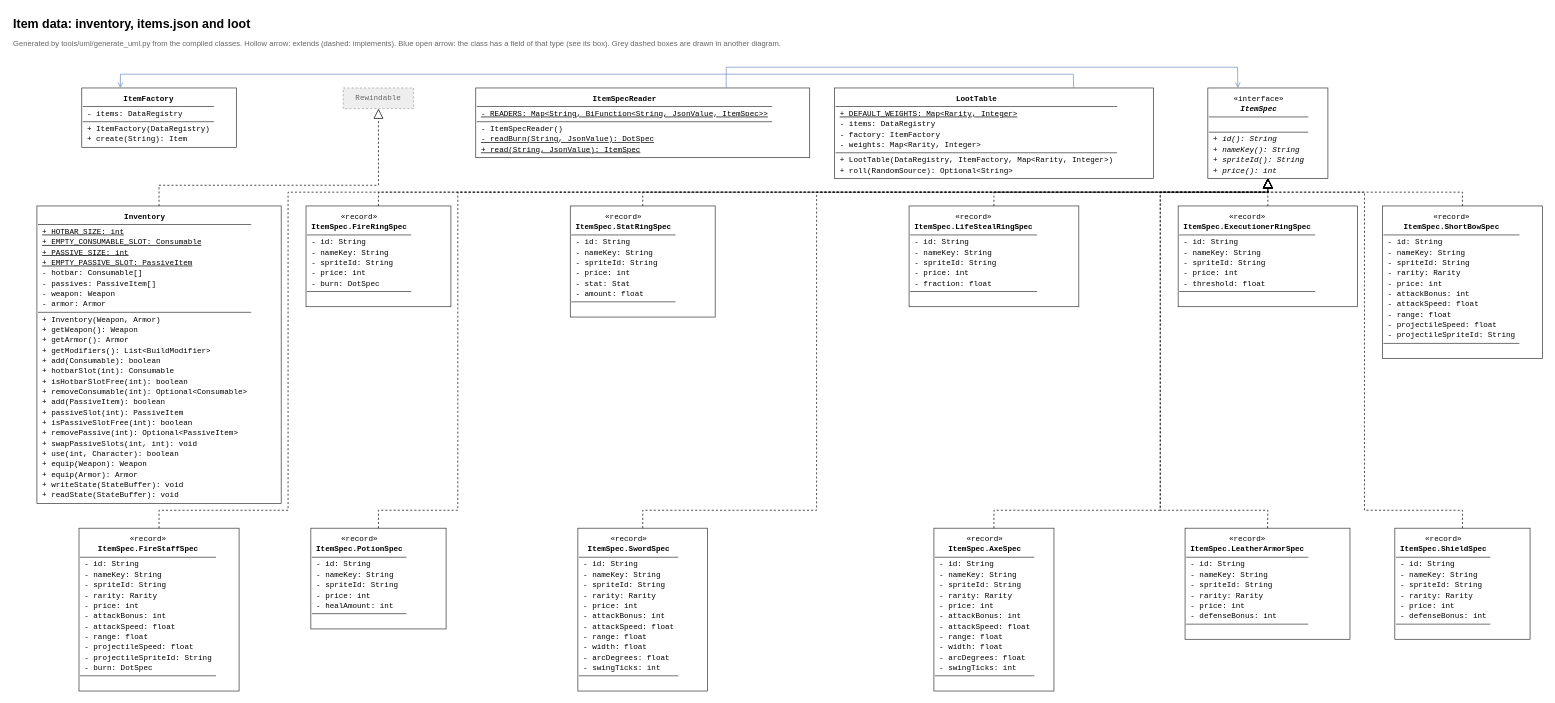
Honyoru/Depth-Diablo keeps this draw.io diagram as docs/uml/07-item-data.drawio. Above is the earlier version. Source tidied: cells renumbered, new cells numbered last; positions are measured from the earlier drawing's top-left corner, leaving out a move shared by most shapes. Both pictures are drawn from the tidied source at 69%, with x=0, y=0 at pixel (12, 12).
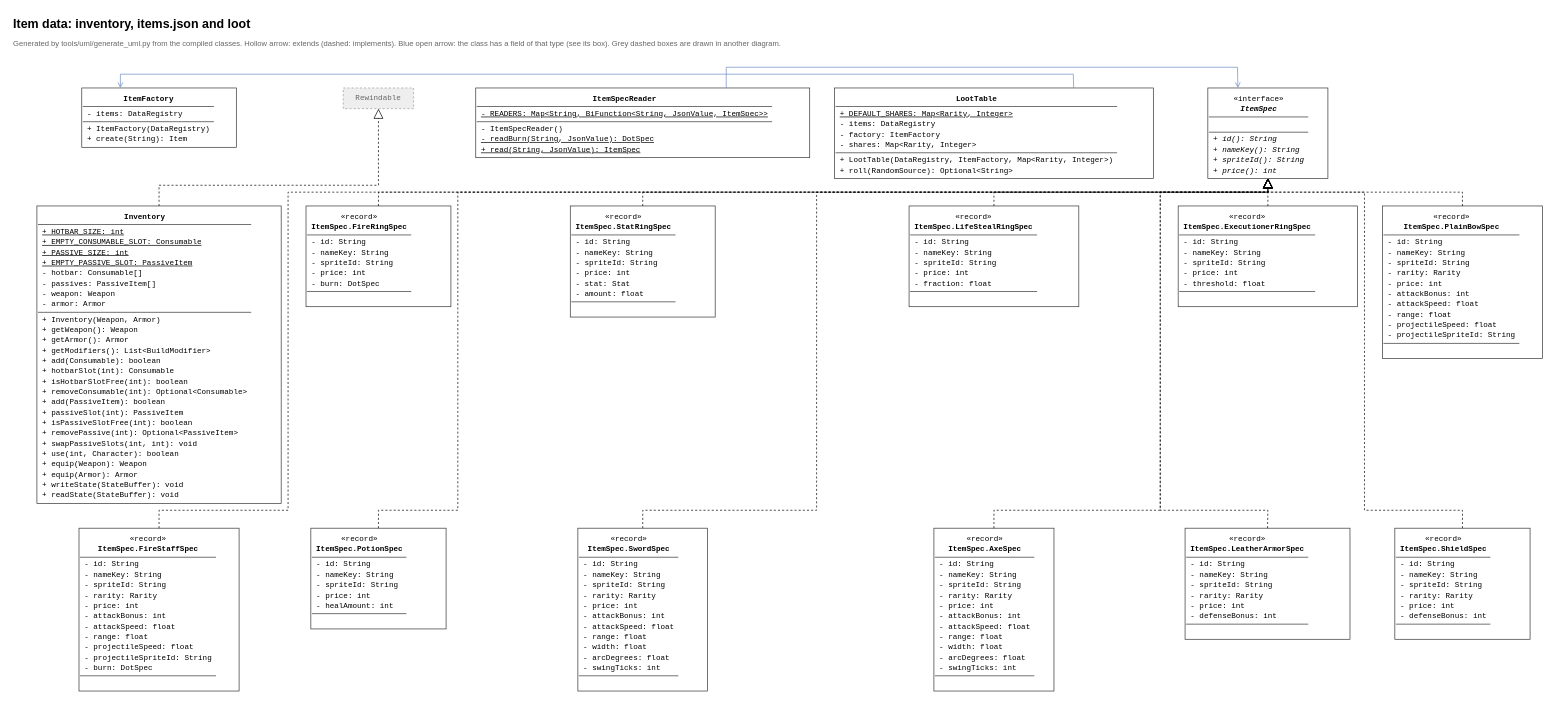
After the change.

Change to the diagram source:
```diff
@@
-    <mxCell id="7" value="&lt;div style='line-height:15px'&gt;&lt;div style='text-align:center'&gt;&lt;b&gt;LootTable&lt;/b&gt;&lt;/div&gt;&lt;div style='border-top:1px solid #333333;margin:3px -6px'&gt;&lt;/div&gt;&lt;u&gt;+ DEFAULT_WEIGHTS: Map&amp;lt;Rarity, Integer&amp;gt;&lt;/u&gt;&lt;br&gt;- items: DataRegistry&lt;br&gt;- factory: ItemFactory&lt;br&gt;- weights: Map&amp;lt;Rarity, Integer&amp;gt;&lt;div style='border-top:1px solid #333333;margin:3px -6px'&gt;&lt;/div&gt;+ LootTable(DataRegistry, ItemFactory, Map&amp;lt;Rarity, Integer&amp;gt;)&lt;br&gt;+ roll(RandomSource): Optional&amp;lt;String&amp;gt;&lt;/div&gt;" style="rounded=0;whiteSpace=wrap;html=1;align=left;verticalAlign=top;spacingLeft=6;spacingTop=2;fontFamily=Courier New;fontSize=11;fillColor=#ffffff;strokeColor=#333333;" parent="1" vertex="1">
+    <mxCell id="7" value="&lt;div style='line-height:15px'&gt;&lt;div style='text-align:center'&gt;&lt;b&gt;LootTable&lt;/b&gt;&lt;/div&gt;&lt;div style='border-top:1px solid #333333;margin:3px -6px'&gt;&lt;/div&gt;&lt;u&gt;+ DEFAULT_SHARES: Map&amp;lt;Rarity, Integer&amp;gt;&lt;/u&gt;&lt;br&gt;- items: DataRegistry&lt;br&gt;- factory: ItemFactory&lt;br&gt;- shares: Map&amp;lt;Rarity, Integer&amp;gt;&lt;div style='border-top:1px solid #333333;margin:3px -6px'&gt;&lt;/div&gt;+ LootTable(DataRegistry, ItemFactory, Map&amp;lt;Rarity, Integer&amp;gt;)&lt;br&gt;+ roll(RandomSource): Optional&amp;lt;String&amp;gt;&lt;/div&gt;" style="rounded=0;whiteSpace=wrap;html=1;align=left;verticalAlign=top;spacingLeft=6;spacingTop=2;fontFamily=Courier New;fontSize=11;fillColor=#ffffff;strokeColor=#333333;" parent="1" vertex="1">
       <mxGeometry x="1192" y="110" width="462" height="131" as="geometry" />
     </mxCell>
@@
-    <mxCell id="14" value="&lt;div style='line-height:15px'&gt;&lt;div style='text-align:center'&gt;«record»&lt;br&gt;&lt;b&gt;ItemSpec.ShortBowSpec&lt;/b&gt;&lt;/div&gt;&lt;div style='border-top:1px solid #333333;margin:3px -6px'&gt;&lt;/div&gt;- id: String&lt;br&gt;- nameKey: String&lt;br&gt;- spriteId: String&lt;br&gt;- rarity: Rarity&lt;br&gt;- price: int&lt;br&gt;- attackBonus: int&lt;br&gt;- attackSpeed: float&lt;br&gt;- range: float&lt;br&gt;- projectileSpeed: float&lt;br&gt;- projectileSpriteId: String&lt;div style='border-top:1px solid #333333;margin:3px -6px'&gt;&lt;/div&gt;&amp;nbsp;&lt;/div&gt;" style="rounded=0;whiteSpace=wrap;html=1;align=left;verticalAlign=top;spacingLeft=6;spacingTop=2;fontFamily=Courier New;fontSize=11;fillColor=#ffffff;strokeColor=#333333;" parent="1" vertex="1">
+    <mxCell id="14" value="&lt;div style='line-height:15px'&gt;&lt;div style='text-align:center'&gt;«record»&lt;br&gt;&lt;b&gt;ItemSpec.PlainBowSpec&lt;/b&gt;&lt;/div&gt;&lt;div style='border-top:1px solid #333333;margin:3px -6px'&gt;&lt;/div&gt;- id: String&lt;br&gt;- nameKey: String&lt;br&gt;- spriteId: String&lt;br&gt;- rarity: Rarity&lt;br&gt;- price: int&lt;br&gt;- attackBonus: int&lt;br&gt;- attackSpeed: float&lt;br&gt;- range: float&lt;br&gt;- projectileSpeed: float&lt;br&gt;- projectileSpriteId: String&lt;div style='border-top:1px solid #333333;margin:3px -6px'&gt;&lt;/div&gt;&amp;nbsp;&lt;/div&gt;" style="rounded=0;whiteSpace=wrap;html=1;align=left;verticalAlign=top;spacingLeft=6;spacingTop=2;fontFamily=Courier New;fontSize=11;fillColor=#ffffff;strokeColor=#333333;" parent="1" vertex="1">
       <mxGeometry x="1986" y="281" width="232" height="221" as="geometry" />
     </mxCell>
```
